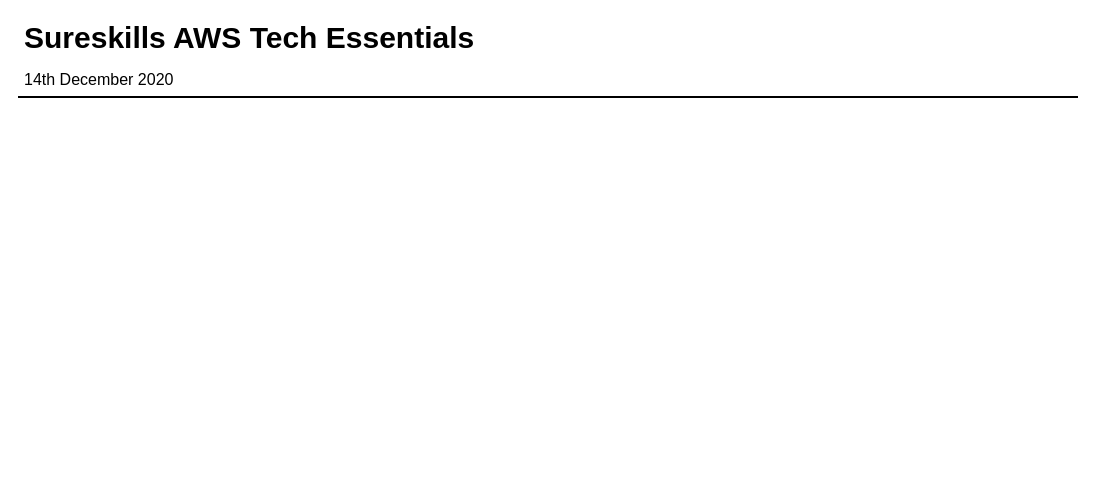
Above: page "Page-2" (2 of 5) of SureSkillsTechEssentials.drawio in taupoali/awsdiagrams (draw.io), before the change. Source tidied: cells renumbered, new cells numbered last; positions are measured from the earlier drawing's top-left corner, leaving out a move shared by most shapes. Both pictures are drawn from the tidied source at 100%, with x=0, y=0 at pixel (17, 16).
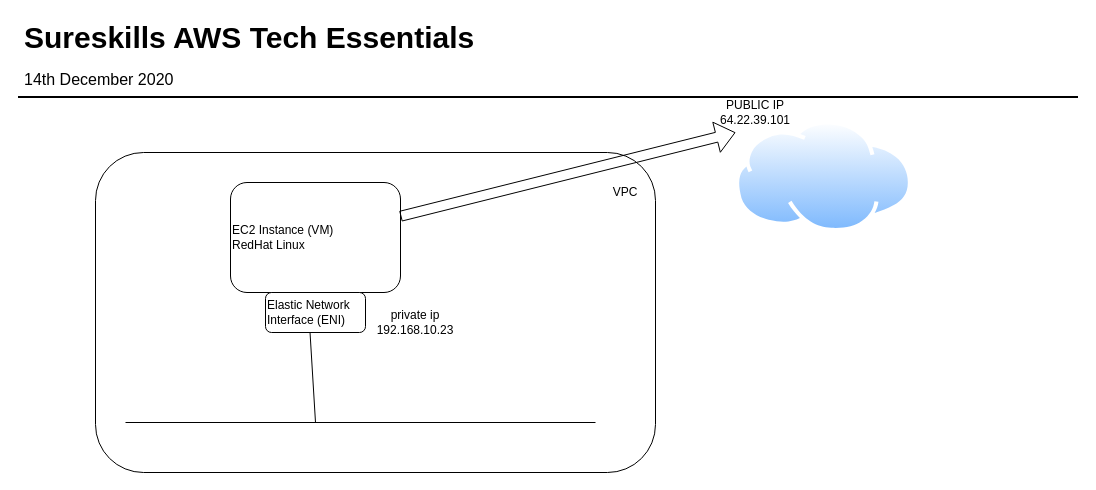
The same diagram, later.

The edit, as a diff of the source:
```diff
@@
 <mxGraphModel>
   <root>
     <mxCell id="0" />
     <mxCell id="1" parent="0" />
+    <mxCell id="5" style="rounded=1;whiteSpace=wrap;html=1;align=left;" parent="1" vertex="1">
+      <mxGeometry x="78" y="136" width="560" height="320" as="geometry" />
+    </mxCell>
     <mxCell id="2" value="Sureskills AWS Tech Essentials" style="text;html=1;align=left;verticalAlign=top;spacingTop=-4;fontSize=30;fontStyle=1;" parent="1" vertex="1">
       <mxGeometry x="4.5" y="0.5" width="470" height="40" as="geometry" />
     </mxCell>
     <mxCell id="3" value="14th December 2020" style="text;html=1;align=left;verticalAlign=top;spacingTop=-4;fontSize=16;" parent="1" vertex="1">
       <mxGeometry x="4.5" y="50.5" width="160" height="20" as="geometry" />
     </mxCell>
     <mxCell id="4" style="line;strokeWidth=2;html=1;fontSize=14;" parent="1" vertex="1">
       <mxGeometry x="0.5" y="75.5" width="1060" height="10" as="geometry" />
     </mxCell>
+    <mxCell id="6" value="EC2 Instance (VM)&lt;br&gt;RedHat Linux" style="rounded=1;whiteSpace=wrap;html=1;align=left;" parent="1" vertex="1">
+      <mxGeometry x="213" y="166" width="170" height="110" as="geometry" />
+    </mxCell>
+    <mxCell id="7" value="Elastic Network Interface (ENI)" style="rounded=1;whiteSpace=wrap;html=1;align=left;" parent="1" vertex="1">
+      <mxGeometry x="248" y="276" width="100" height="40" as="geometry" />
+    </mxCell>
+    <mxCell id="8" style="endArrow=none;html=1;" parent="1" edge="1">
+      <mxGeometry relative="1" as="geometry">
+        <mxPoint x="108" y="406" as="sourcePoint" />
+        <mxPoint x="578" y="406" as="targetPoint" />
+      </mxGeometry>
+    </mxCell>
+    <mxCell id="9" style="endArrow=none;html=1;exitX=0.445;exitY=0.99;exitDx=0;exitDy=0;exitPerimeter=0;" parent="1" edge="1" source="7">
+      <mxGeometry relative="1" as="geometry">
+        <mxPoint x="298" y="406" as="targetPoint" />
+      </mxGeometry>
+    </mxCell>
+    <mxCell id="10" value="private ip 192.168.10.23" style="text;html=1;strokeColor=none;fillColor=none;align=center;verticalAlign=middle;whiteSpace=wrap;rounded=0;" parent="1" vertex="1">
+      <mxGeometry x="378" y="296" width="40" height="20" as="geometry" />
+    </mxCell>
+    <mxCell id="11" value="VPC" style="text;html=1;strokeColor=none;fillColor=none;align=center;verticalAlign=middle;whiteSpace=wrap;rounded=0;" parent="1" vertex="1">
+      <mxGeometry x="588" y="166" width="40" height="20" as="geometry" />
+    </mxCell>
+    <mxCell id="12" style="shape=flexArrow;endArrow=classic;html=1;" parent="1" edge="1" source="6">
+      <mxGeometry relative="1" as="geometry">
+        <mxPoint x="718" y="116" as="targetPoint" />
+      </mxGeometry>
+    </mxCell>
+    <mxCell id="13" style="perimeter=ellipsePerimeter;html=1;align=center;shadow=0;dashed=0;spacingTop=3;image;image=img/lib/active_directory/internet_cloud.svg;" parent="1" vertex="1">
+      <mxGeometry x="718" y="104.5" width="177" height="111.5" as="geometry" />
+    </mxCell>
+    <mxCell id="14" value="PUBLIC IP 64.22.39.101" style="text;html=1;strokeColor=none;fillColor=none;align=center;verticalAlign=middle;whiteSpace=wrap;rounded=0;" parent="1" vertex="1">
+      <mxGeometry x="718" y="85.5" width="40" height="20" as="geometry" />
+    </mxCell>
   </root>
 </mxGraphModel>
```
